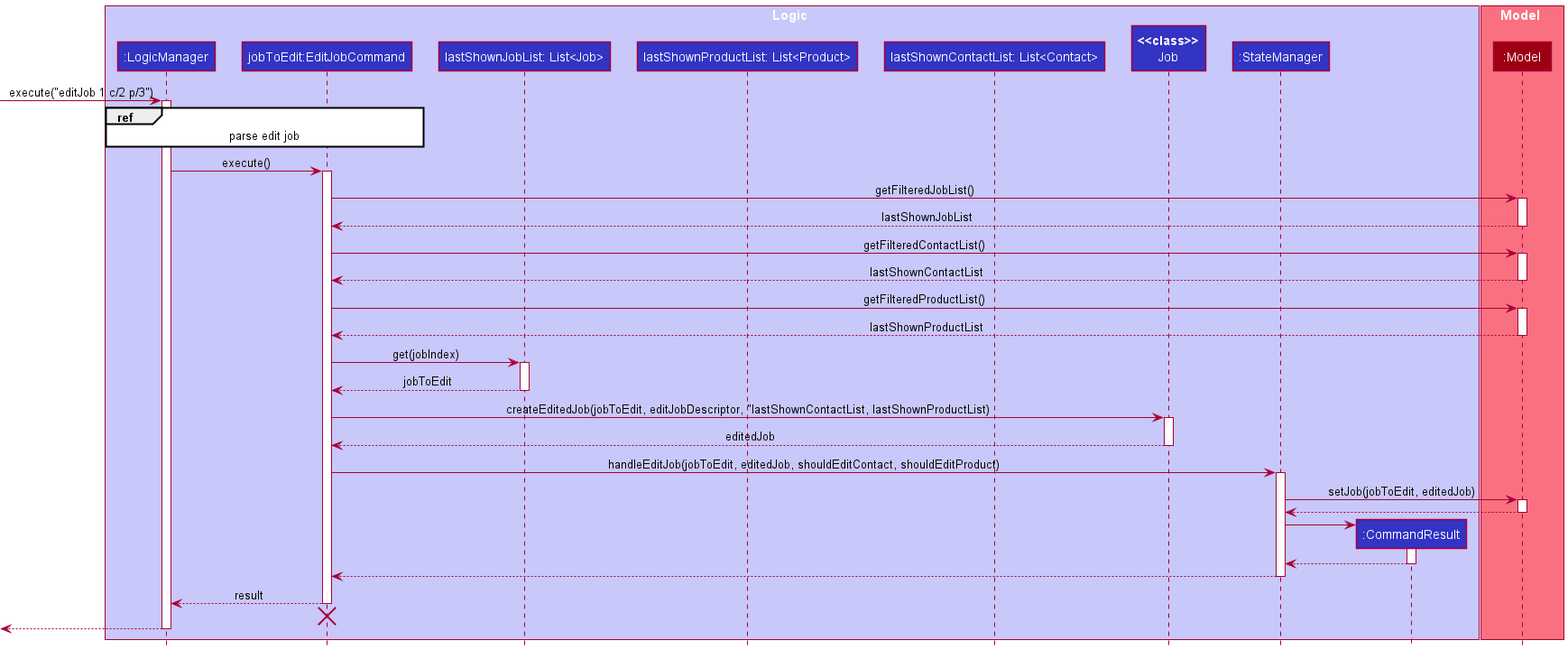
Before: docs/images/job/EditJobSequenceDiagram.png, a diagram exported from PlantUML (ooawagaeri/tp). The source it was exported from:
```plantuml
@startuml
!include ../style.puml

box Logic LOGIC_COLOR_T1
participant ":LogicManager" as LogicManager LOGIC_COLOR
participant "jobToEdit:EditJobCommand" as EditJobCommand LOGIC_COLOR
participant "lastShownJobList: List<Job>" as ListJob LOGIC_COLOR
participant "lastShownProductList: List<Product>" as ListProduct LOGIC_COLOR
participant "lastShownContactList: List<Contact>" as ListContact LOGIC_COLOR
participant "**<<class>>**\nJob" as Job LOGIC_COLOR
participant ":StateManager" as StateManager LOGIC_COLOR
participant ":CommandResult" as CommandResult LOGIC_COLOR
end box

box Model MODEL_COLOR_T1
participant ":Model" as Model MODEL_COLOR
end box

[-> LogicManager : execute("editJob 1 c/2 p/3")
activate LogicManager

ref over LogicManager, EditJobCommand : parse edit job

LogicManager -> EditJobCommand : execute()

activate EditJobCommand

EditJobCommand -> Model : getFilteredJobList()
activate Model
Model --> EditJobCommand : lastShownJobList
deactivate Model

EditJobCommand -> Model : getFilteredContactList()
activate Model
Model --> EditJobCommand : lastShownContactList
deactivate Model

EditJobCommand -> Model : getFilteredProductList()
activate Model
Model --> EditJobCommand : lastShownProductList
deactivate Model

EditJobCommand -> ListJob : get(jobIndex)
activate ListJob
ListJob --> EditJobCommand : jobToEdit
deactivate ListJob

EditJobCommand -> Job : createEditedJob(jobToEdit, editJobDescriptor, "lastShownContactList, lastShownProductList)
activate Job
Job --> EditJobCommand : editedJob
deactivate Job

EditJobCommand -> StateManager : handleEditJob(jobToEdit, editedJob, shouldEditContact, shouldEditProduct)
activate StateManager

StateManager -> Model : setJob(jobToEdit, editedJob)
activate Model

Model --> StateManager
deactivate Model

create CommandResult
StateManager -> CommandResult
activate CommandResult

CommandResult --> StateManager
deactivate CommandResult

StateManager --> EditJobCommand
deactivate StateManager

EditJobCommand --> LogicManager : result
deactivate EditJobCommand

EditJobCommand -[hidden]-> LogicManager
destroy EditJobCommand

[<--LogicManager
deactivate LogicManager
@enduml
```
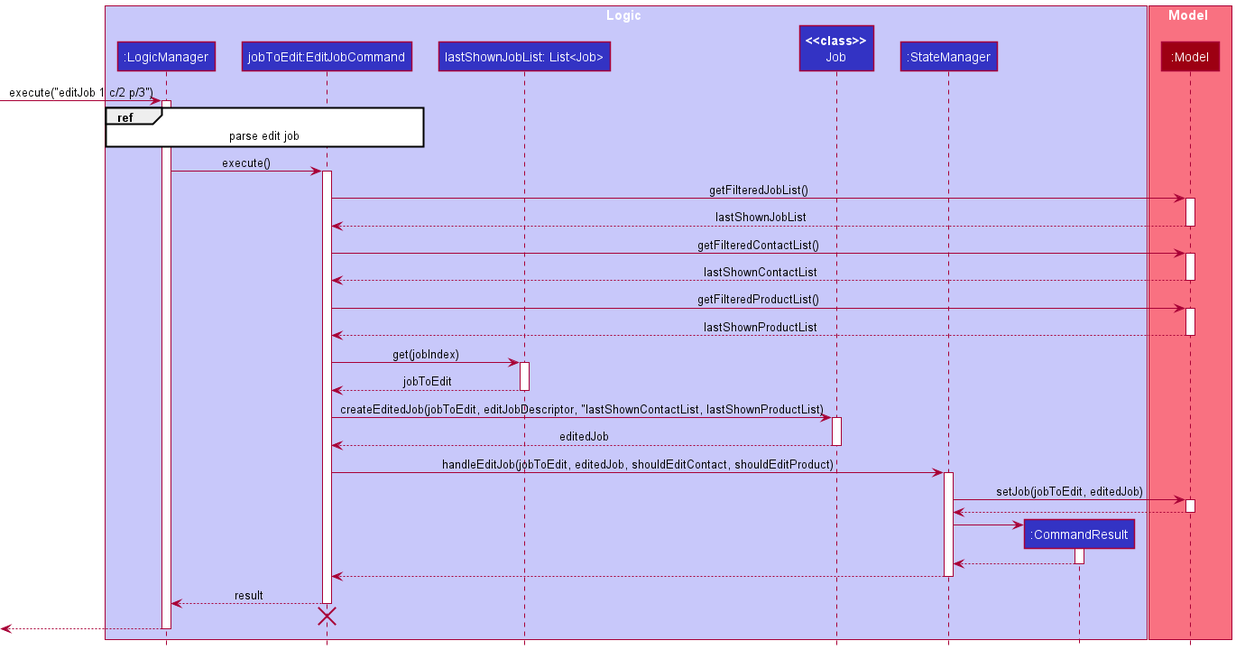
After the commit.

Commit message:
Fix DG diagram bug

What changed in the source:
```diff
@@ -5,8 +5,6 @@
 participant ":LogicManager" as LogicManager LOGIC_COLOR
 participant "jobToEdit:EditJobCommand" as EditJobCommand LOGIC_COLOR
 participant "lastShownJobList: List<Job>" as ListJob LOGIC_COLOR
-participant "lastShownProductList: List<Product>" as ListProduct LOGIC_COLOR
-participant "lastShownContactList: List<Contact>" as ListContact LOGIC_COLOR
 participant "**<<class>>**\nJob" as Job LOGIC_COLOR
 participant ":StateManager" as StateManager LOGIC_COLOR
 participant ":CommandResult" as CommandResult LOGIC_COLOR
```
